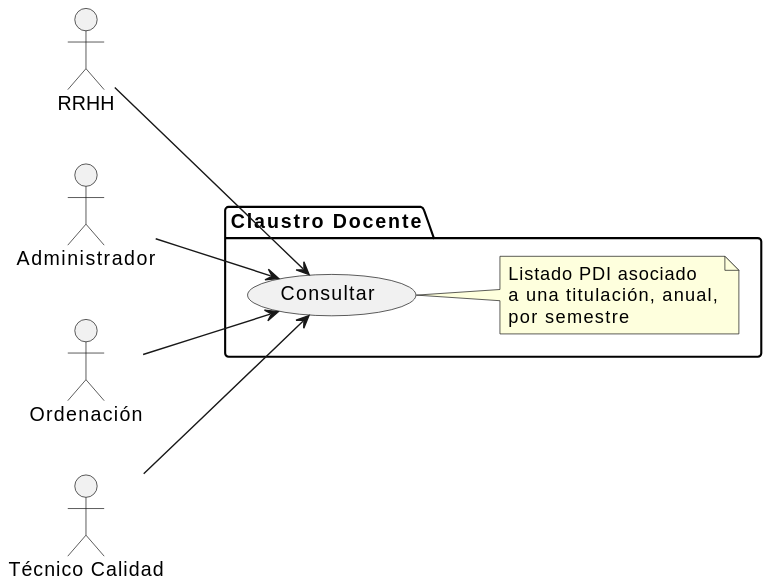
The PlantUML diagram images/modelosUML/CdU/Individuales/ClaustroDocente.svg in mmasias/24-25-IdSw1-SDR, before a commit.
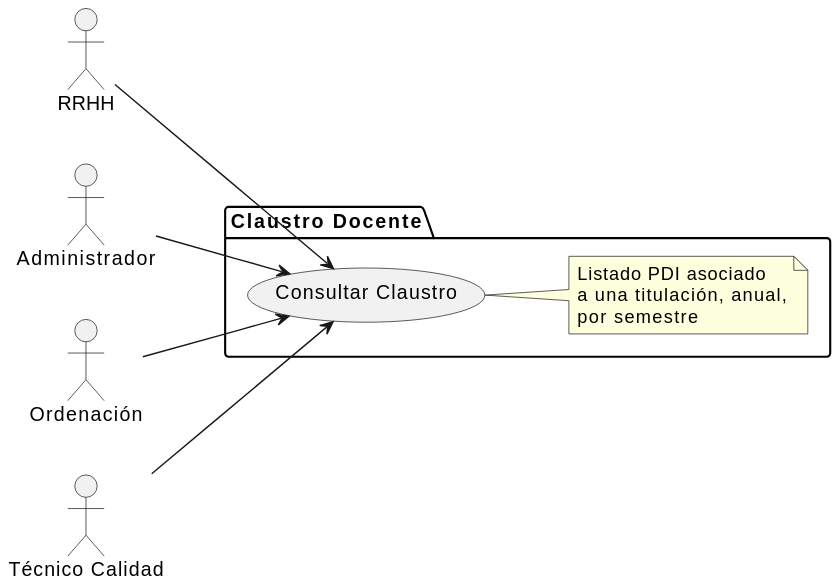
Later version of the same file.

Commit message:
fix claustro docente

Diff of the diagram source:
```diff
@@ -7,7 +7,7 @@
 actor "Técnico Calidad" as tec
 
 package "Claustro Docente" as claustroPackage {
-    usecase "Consultar" as consClaustro
+    usecase "Consultar Claustro" as consClaustro
     note right of consClaustro
         Listado PDI asociado
         a una titulación, anual,
```
